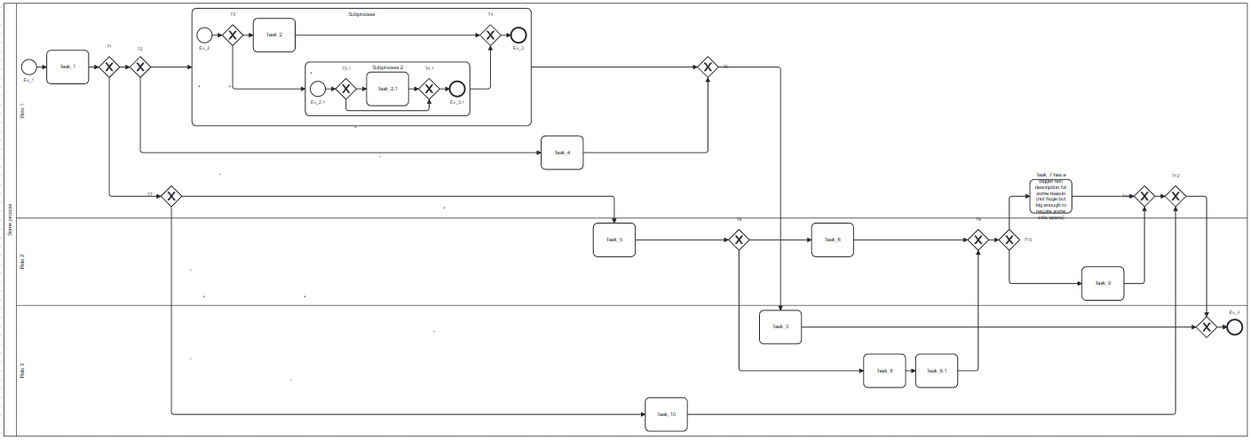
The BPMN diagram examples/1/1-autolayout.PNG in 1287c13/bpmn-di-generator, before a commit. Its source is kept beside it as examples/1/1-autolayout.bpmn. Ids are renumbered.
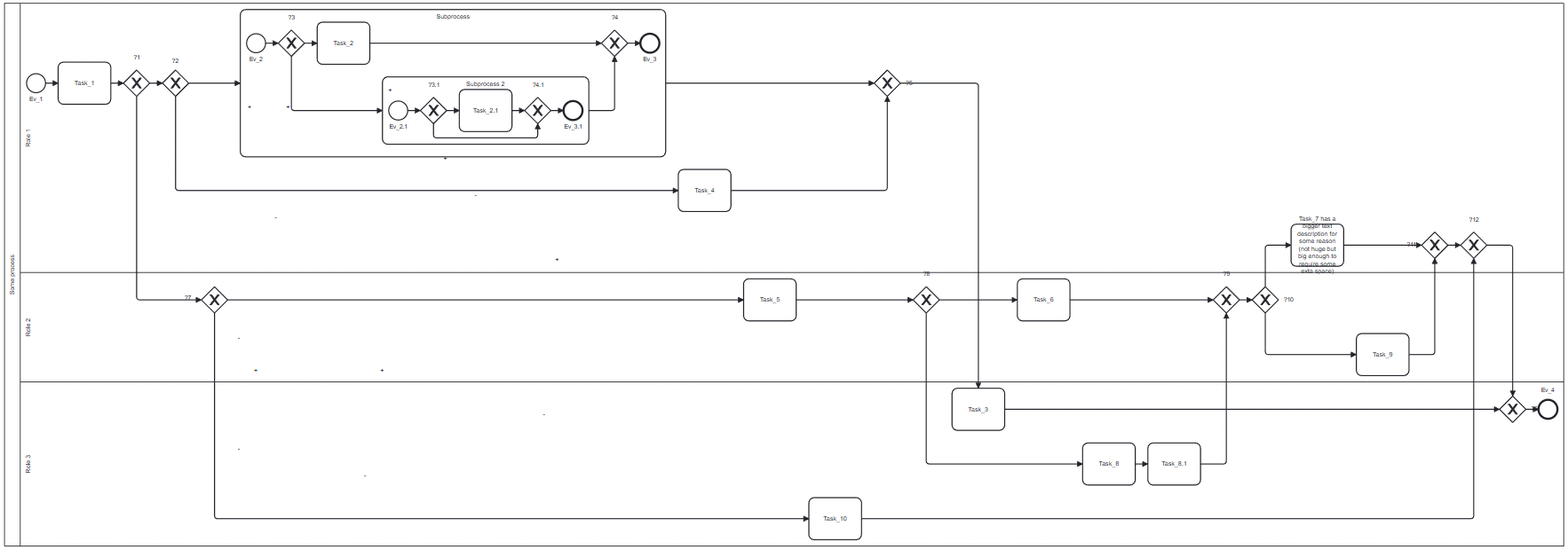
After the commit.

Change to the diagram source:
```diff
@@ -262,9 +262,9 @@
         </bpmndi:BPMNLabel>
       </bpmndi:BPMNShape>
       <bpmndi:BPMNShape id="Gateway_n14_di" bpmnElement="Gateway_n14" isMarkerVisible="true">
-        <dc:Bounds x="344.0" y="435.0" width="50.0" height="50.0" />
+        <dc:Bounds x="344.0" y="539.0" width="50.0" height="50.0" />
         <bpmndi:BPMNLabel>
-          <dc:Bounds x="312.0" y="450.0" width="13" height="14" />
+          <dc:Bounds x="312.0" y="554.0" width="13" height="14" />
         </bpmndi:BPMNLabel>
       </bpmndi:BPMNShape>
       <bpmndi:BPMNShape id="Activity_n15_di" bpmnElement="Activity_n15">
@@ -459,12 +459,12 @@
         <bpmndi:BPMNLabel>
           <dc:Bounds x="413" y="630" width="4" height="14" />
         </bpmndi:BPMNLabel>
-      <di:waypoint x="221.0" y="177.0" /><di:waypoint x="221.0" y="460.0" /><di:waypoint x="344.0" y="460.0" /></bpmndi:BPMNEdge>
+      <di:waypoint x="221.0" y="177.0" /><di:waypoint x="221.0" y="564.0" /><di:waypoint x="344.0" y="564.0" /></bpmndi:BPMNEdge>
       <bpmndi:BPMNEdge id="Flow_n31_di" bpmnElement="Flow_n31">
         <bpmndi:BPMNLabel>
           <dc:Bounds x="413" y="840" width="4" height="14" />
         </bpmndi:BPMNLabel>
-      <di:waypoint x="369.0" y="485.0" /><di:waypoint x="369.0" y="980.0" /><di:waypoint x="1498.0" y="980.0" /></bpmndi:BPMNEdge>
+      <di:waypoint x="369.0" y="589.0" /><di:waypoint x="369.0" y="980.0" /><di:waypoint x="1498.0" y="980.0" /></bpmndi:BPMNEdge>
       <bpmndi:BPMNEdge id="Flow_n32_di" bpmnElement="Flow_n32">
         <di:waypoint x="1598.0" y="980.0" /><di:waypoint x="2761.0" y="980.0" /><di:waypoint x="2761.0" y="485.0" /></bpmndi:BPMNEdge>
       <bpmndi:BPMNEdge id="Flow_n33_di" bpmnElement="Flow_n33">
@@ -492,7 +492,7 @@
         <bpmndi:BPMNLabel>
           <dc:Bounds x="444" y="692" width="7" height="14" />
         </bpmndi:BPMNLabel>
-      <di:waypoint x="394.0" y="460.0" /><di:waypoint x="1424.0" y="460.0" /><di:waypoint x="1424.0" y="524.0" /></bpmndi:BPMNEdge>
+      <di:waypoint x="394.0" y="564.0" /><di:waypoint x="1374.0" y="564.0" /></bpmndi:BPMNEdge>
       <bpmndi:BPMNEdge id="Flow_n73_di" bpmnElement="Flow_n73">
         <di:waypoint x="2712.0" y="460.0" /><di:waypoint x="2736.0" y="460.0" /></bpmndi:BPMNEdge>
       <bpmndi:BPMNEdge id="Flow_n66_di" bpmnElement="Flow_n66">
```
